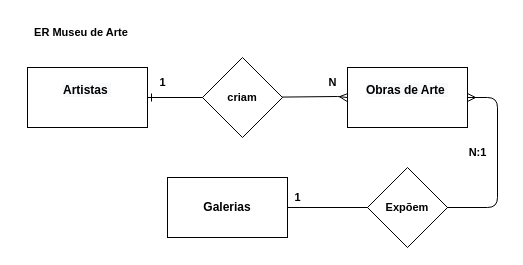
ariana733/JAVA---MYSQL-Modelagem-DB-e-Modelagem-POO keeps this draw.io diagram as Untitled Diagram.drawio. Above is the earlier version. Source tidied: cells renumbered, new cells numbered last; positions are measured from the earlier drawing's top-left corner, leaving out a move shared by most shapes. Both pictures are drawn from the tidied source at 100%, with x=0, y=0 at pixel (17, 17).
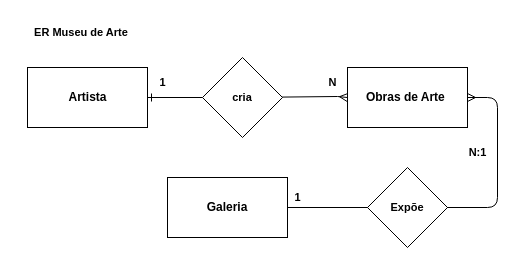
After the change.

Diff of the diagram source:
```diff
@@
-    <mxCell id="4" value="&lt;b&gt;&lt;font style=&quot;font-size: 11px;&quot;&gt;criam&lt;/font&gt;&lt;/b&gt;" style="rhombus;whiteSpace=wrap;html=1;" parent="1" vertex="1">
+    <mxCell id="4" value="&lt;b&gt;&lt;font style=&quot;font-size: 11px;&quot;&gt;cria&lt;/font&gt;&lt;/b&gt;" style="rhombus;whiteSpace=wrap;html=1;" parent="1" vertex="1">
       <mxGeometry x="185" y="40" width="80" height="80" as="geometry" />
     </mxCell>
@@
-    <mxCell id="6" value="&lt;b style=&quot;font-size: 11px;&quot;&gt;Expõem&lt;/b&gt;" style="rhombus;whiteSpace=wrap;html=1;fontSize=11;" parent="1" vertex="1">
+    <mxCell id="6" value="&lt;b style=&quot;font-size: 11px;&quot;&gt;Expõe&lt;/b&gt;" style="rhombus;whiteSpace=wrap;html=1;fontSize=11;" parent="1" vertex="1">
       <mxGeometry x="350" y="150" width="80" height="80" as="geometry" />
     </mxCell>
@@
-    <mxCell id="10" value="&#10;&lt;span style=&quot;color: rgb(0, 0, 0); font-family: Helvetica; font-size: 12px; font-style: normal; font-variant-ligatures: normal; font-variant-caps: normal; font-weight: 700; letter-spacing: normal; orphans: 2; text-align: center; text-indent: 0px; text-transform: none; widows: 2; word-spacing: 0px; -webkit-text-stroke-width: 0px; background-color: rgb(248, 249, 250); text-decoration-thickness: initial; text-decoration-style: initial; text-decoration-color: initial; float: none; display: inline !important;&quot;&gt;Artistas&amp;nbsp;&lt;/span&gt;&#10;&#10;" style="rounded=0;whiteSpace=wrap;html=1;" parent="1" vertex="1">
+    <mxCell id="10" style="rounded=0;whiteSpace=wrap;html=1;" parent="1" vertex="1">
       <mxGeometry x="10" y="50" width="120" height="60" as="geometry" />
     </mxCell>
-    <mxCell id="11" value="&#10;&lt;span style=&quot;color: rgb(0, 0, 0); font-family: Helvetica; font-size: 12px; font-style: normal; font-variant-ligatures: normal; font-variant-caps: normal; font-weight: 700; letter-spacing: normal; orphans: 2; text-align: center; text-indent: 0px; text-transform: none; widows: 2; word-spacing: 0px; -webkit-text-stroke-width: 0px; background-color: rgb(248, 249, 250); text-decoration-thickness: initial; text-decoration-style: initial; text-decoration-color: initial; float: none; display: inline !important;&quot;&gt;Obras de Arte&amp;nbsp;&lt;/span&gt;&#10;&#10;" style="rounded=0;whiteSpace=wrap;html=1;" parent="1" vertex="1">
+    <mxCell id="11" value="&lt;span style=&quot;font-weight: 700;&quot;&gt;Obras de Arte&amp;nbsp;&lt;/span&gt;" style="rounded=0;whiteSpace=wrap;html=1;" parent="1" vertex="1">
       <mxGeometry x="330" y="50" width="120" height="60" as="geometry" />
     </mxCell>
-    <mxCell id="12" value="&lt;span style=&quot;font-size: 12px; font-weight: 700;&quot;&gt;Galerias&lt;/span&gt;" style="rounded=0;whiteSpace=wrap;html=1;fontFamily=Helvetica;fontSize=11;fontColor=default;" parent="1" vertex="1">
+    <mxCell id="12" value="&lt;span style=&quot;font-size: 12px; font-weight: 700;&quot;&gt;Galeria&lt;/span&gt;" style="rounded=0;whiteSpace=wrap;html=1;fontFamily=Helvetica;fontSize=11;fontColor=default;" parent="1" vertex="1">
       <mxGeometry x="150" y="160" width="120" height="60" as="geometry" />
     </mxCell>
@@
+    <mxCell id="16" value="&lt;b&gt;&lt;font style=&quot;font-size: 12px;&quot;&gt;Artista&lt;/font&gt;&lt;/b&gt;" style="text;html=1;align=center;verticalAlign=middle;strokeColor=none;fillColor=none;fontSize=11;fontFamily=Helvetica;fontColor=default;" parent="1" vertex="1">
+      <mxGeometry x="40" y="65" width="60" height="30" as="geometry" />
+    </mxCell>
```
